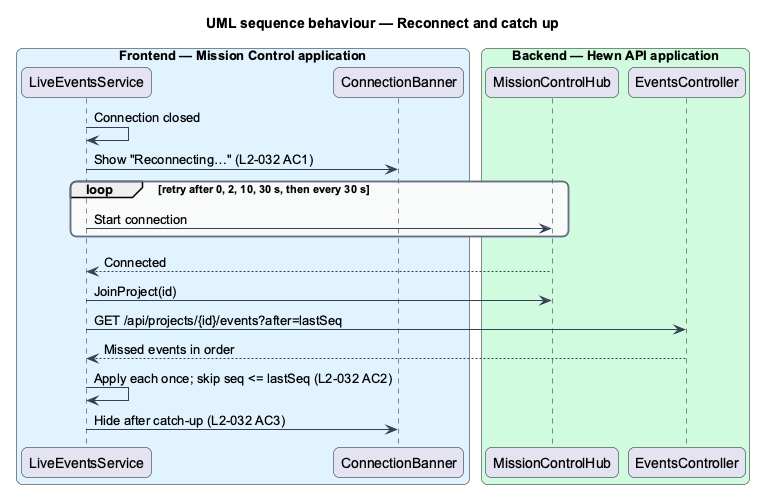
The PlantUML diagram docs/detailed-designs/mission-control/real-time-events/diagrams/sequence-reconnect.png in QuinntyneBrown/hewn, before a commit.
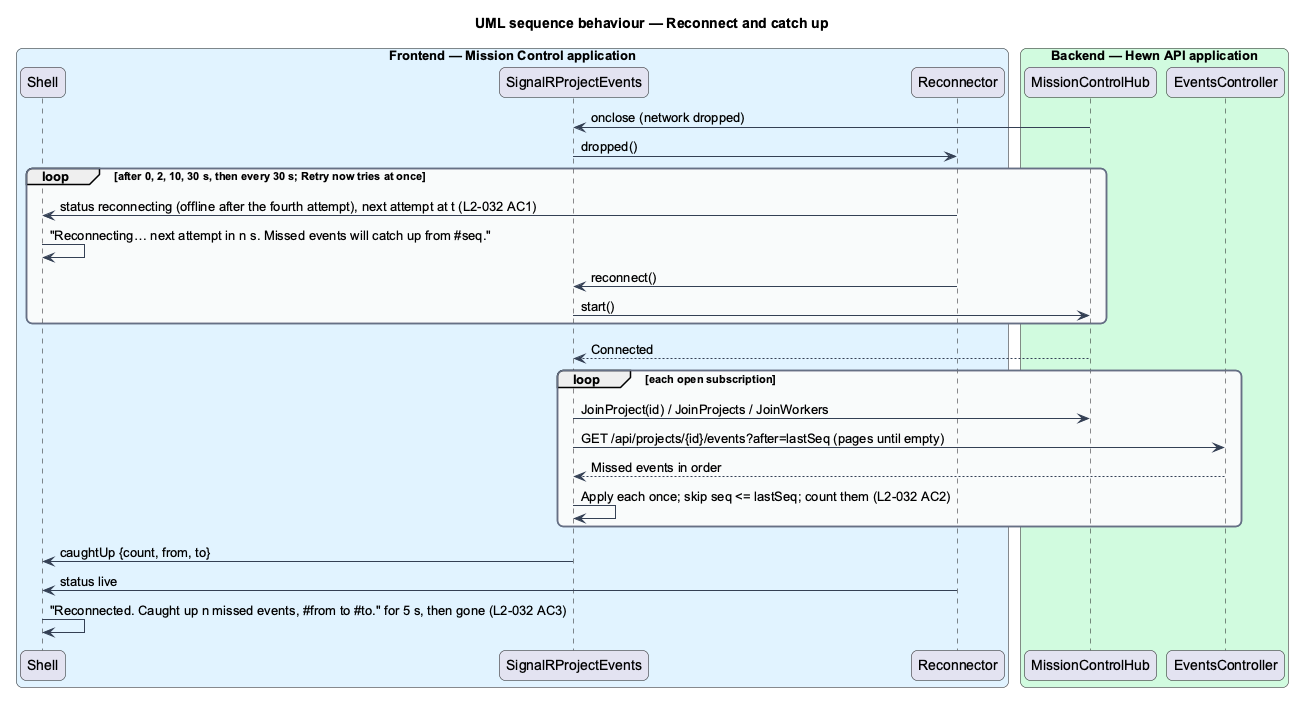
After the commit.

Change to the diagram source:
```diff
@@ -16,22 +16,30 @@
 }
 skinparam sequenceMessageAlign left
 box "Frontend — Mission Control application" #E0F2FE
-  participant "LiveEventsService" as live
-  participant "ConnectionBanner" as banner
+  participant "Shell" as banner
+  participant "SignalRProjectEvents" as live
+  participant "Reconnector" as rec
 end box
 box "Backend — Hewn API application" #D1FADF
   participant "MissionControlHub" as hub
   participant "EventsController" as ctrl
 end box
-live -> live : Connection closed
-live -> banner : Show "Reconnecting…" (L2-032 AC1)
-loop retry after 0, 2, 10, 30 s, then every 30 s
-  live -> hub : Start connection
+hub -> live : onclose (network dropped)
+live -> rec : dropped()
+loop after 0, 2, 10, 30 s, then every 30 s; Retry now tries at once
+  rec -> banner : status reconnecting (offline after the fourth attempt), next attempt at t (L2-032 AC1)
+  banner -> banner : "Reconnecting… next attempt in n s. Missed events will catch up from #seq."
+  rec -> live : reconnect()
+  live -> hub : start()
 end
 hub --> live : Connected
-live -> hub : JoinProject(id)
-live -> ctrl : GET /api/projects/{id}/events?after=lastSeq
-ctrl --> live : Missed events in order
-live -> live : Apply each once; skip seq <= lastSeq (L2-032 AC2)
-live -> banner : Hide after catch-up (L2-032 AC3)
+loop each open subscription
+  live -> hub : JoinProject(id) / JoinProjects / JoinWorkers
+  live -> ctrl : GET /api/projects/{id}/events?after=lastSeq (pages until empty)
+  ctrl --> live : Missed events in order
+  live -> live : Apply each once; skip seq <= lastSeq; count them (L2-032 AC2)
+end
+live -> banner : caughtUp {count, from, to}
+rec -> banner : status live
+banner -> banner : "Reconnected. Caught up n missed events, #from to #to." for 5 s, then gone (L2-032 AC3)
 @enduml
```
